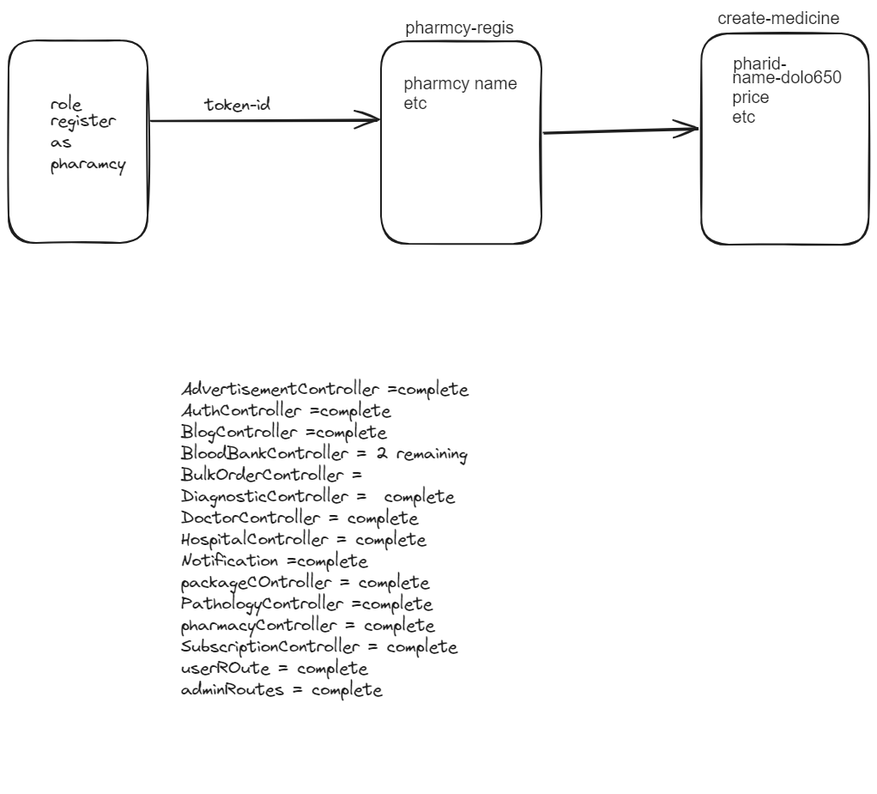
This is dr.excalidraw.png from thefarhanahmad/hospital-server, a Excalidraw export, as it was before one commit. Source tidied: one line per element, renumbered; positions are measured from the earlier drawing's top-left corner, leaving out a move shared by most shapes.
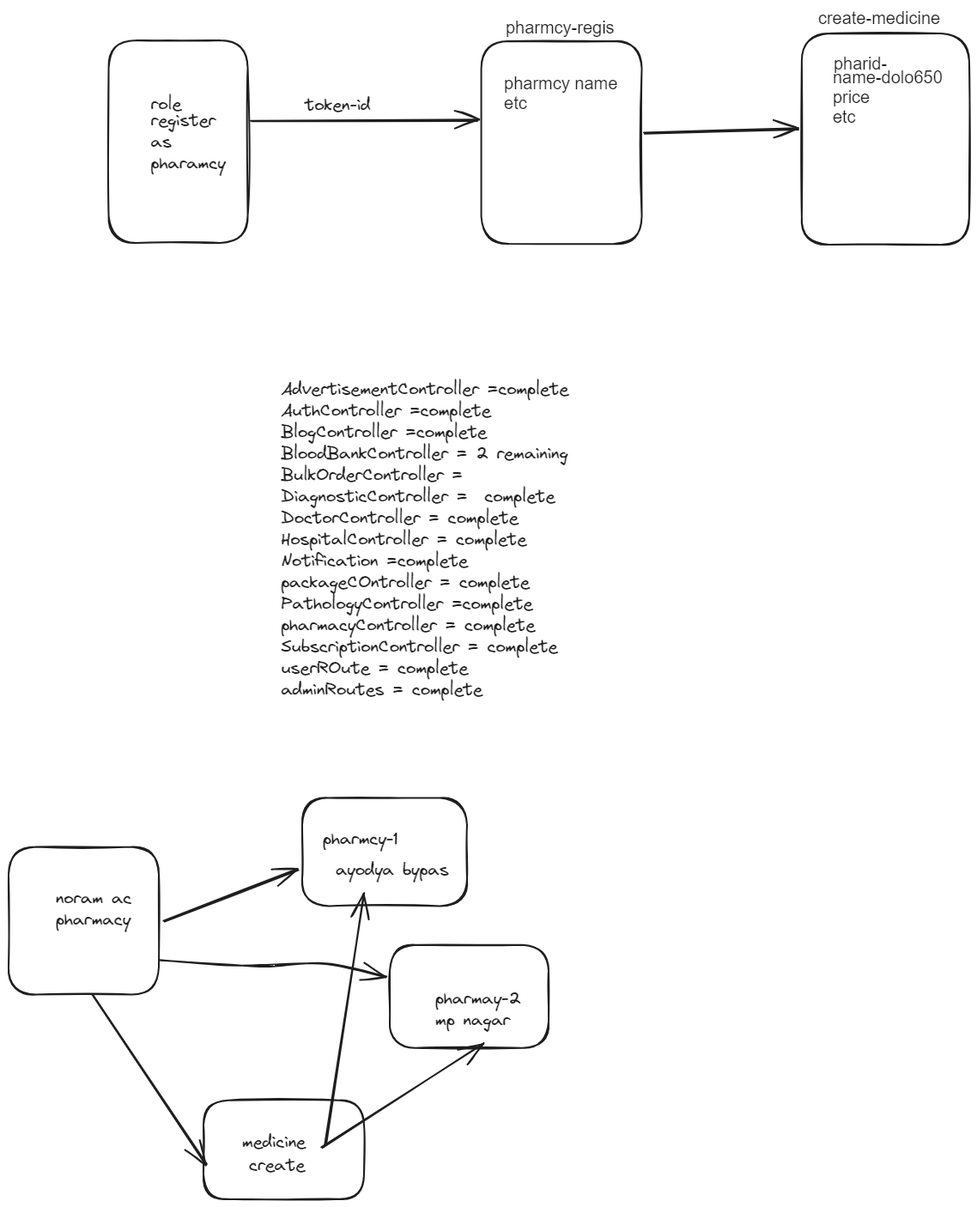
After the commit.

Commit message:
updated controller of pharmacy inventory

What changed in the source:
```diff
@@ -12,3 +12,18 @@
 {"id": 11, "type": "text", "text": "name-dolo650\nprice\netc", "strokeColor": "#1e1e1e", "strokeWidth": 2, "roughness": 1, "fontSize": 20, "fontFamily": 2, "x": 843, "y": 69, "width": 128, "height": 69}
 {"id": 12, "type": "text", "text": "pharid-", "strokeColor": "#1e1e1e", "strokeWidth": 2, "roughness": 1, "fontSize": 20, "fontFamily": 2, "x": 844, "y": 53, "width": 62, "height": 23}
 {"id": 13, "type": "text", "text": "AdvertisementController =complete\nAuthController =complete\nBlogController =complete\nBloodBankController = 2 remaining\nBulkOrderController = \nDiagnosticController =  complete\nDoctorController = complete\nHospitalController = complete\nNotification =complete\npackageCOntroller = complete\nPathologyController =complete\npharmacyController = complete\nSubscriptionController = complete\nuserROute = complete\nadminRoutes = complete\n\n\n\n", "strokeColor": "#1e1e1e", "strokeWidth": 2, "roughness": 1, "fontSize": 20, "fontFamily": 1, "x": 201, "y": 430, "width": 335, "height": 475}
+{"id": 14, "type": "rectangle", "strokeColor": "#1e1e1e", "strokeWidth": 2, "roughness": 1, "round": true, "x": -117, "y": 976, "width": 175, "height": 172}
+{"id": 15, "type": "text", "text": "noram ac\npharmacy", "strokeColor": "#1e1e1e", "strokeWidth": 2, "roughness": 1, "fontSize": 20, "fontFamily": 1, "x": -62, "y": 1023, "width": 88, "height": 50}
+{"id": 16, "type": "arrow", "strokeColor": "#1e1e1e", "strokeWidth": 2, "roughness": 1, "endArrowhead": "arrow", "round": true, "from": 14, "to": 17, "x": 64, "y": 1063, "width": 157, "height": 61, "points": [[0, 0], [157, -61]]}
+{"id": 17, "type": "rectangle", "strokeColor": "#1e1e1e", "strokeWidth": 2, "roughness": 1, "round": true, "x": 225, "y": 919, "width": 192, "height": 126}
+{"id": 18, "type": "text", "text": "pharmcy-1", "strokeColor": "#1e1e1e", "strokeWidth": 2, "roughness": 1, "fontSize": 20, "fontFamily": 1, "x": 249, "y": 955, "width": 87, "height": 25}
+{"id": 19, "type": "arrow", "strokeColor": "#1e1e1e", "strokeWidth": 2, "roughness": 1, "endArrowhead": "arrow", "round": true, "from": 14, "x": -19, "y": 1149, "width": 133, "height": 198, "points": [[0, 0], [133, 198]]}
+{"id": 20, "type": "rectangle", "strokeColor": "#1e1e1e", "strokeWidth": 2, "roughness": 1, "round": true, "x": 110, "y": 1272, "width": 187, "height": 115}
+{"id": 21, "type": "text", "text": "medicine", "strokeColor": "#1e1e1e", "strokeWidth": 2, "roughness": 1, "fontSize": 20, "fontFamily": 1, "x": 155, "y": 1308, "width": 74, "height": 25}
+{"id": 22, "type": "text", "text": "create", "strokeColor": "#1e1e1e", "strokeWidth": 2, "roughness": 1, "fontSize": 20, "fontFamily": 1, "x": 163, "y": 1335, "width": 65, "height": 25}
+{"id": 23, "type": "text", "text": "ayodya bypas", "strokeColor": "#1e1e1e", "strokeWidth": 2, "roughness": 1, "fontSize": 20, "fontFamily": 1, "x": 264, "y": 991, "width": 131, "height": 25}
+{"id": 24, "type": "arrow", "strokeColor": "#1e1e1e", "strokeWidth": 2, "roughness": 1, "endArrowhead": "arrow", "round": true, "from": 14, "x": 59, "y": 1108, "width": 263, "height": 19, "points": [[0, 0], [78, 7], [125, 8], [193, 5], [263, 19]]}
+{"id": 25, "type": "rectangle", "strokeColor": "#1e1e1e", "strokeWidth": 2, "roughness": 1, "round": true, "x": 327, "y": 1091, "width": 185, "height": 120}
+{"id": 26, "type": "text", "text": "pharmay-2\nmp nagar", "strokeColor": "#1e1e1e", "strokeWidth": 2, "roughness": 1, "fontSize": 20, "fontFamily": 1, "x": 380, "y": 1141, "width": 100, "height": 50}
+{"id": 27, "type": "arrow", "strokeColor": "#1e1e1e", "strokeWidth": 2, "roughness": 1, "endArrowhead": "arrow", "round": true, "to": 26, "x": 248, "y": 1327, "width": 188, "height": 121, "points": [[0, 0], [188, -121]]}
+{"id": 28, "type": "arrow", "strokeColor": "#1e1e1e", "strokeWidth": 2, "roughness": 1, "endArrowhead": "arrow", "round": true, "to": 23, "x": 252, "y": 1323, "width": 45, "height": 292, "points": [[0, 0], [45, -292]]}
```
